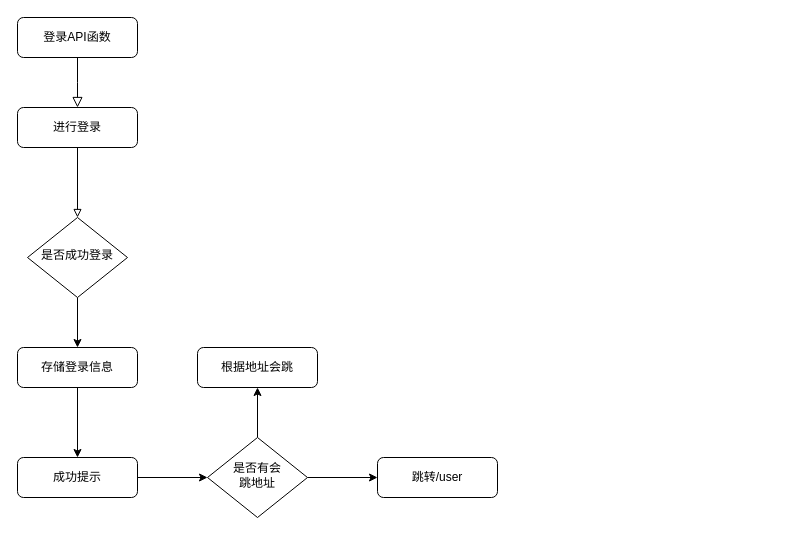
Earlier version of the draw.io diagram Pictures/登录流程图.drawio (jiaong/image). Source tidied: cells renumbered, new cells numbered last; positions are measured from the earlier drawing's top-left corner, leaving out a move shared by most shapes. Both pictures are drawn from the tidied source at 100%, with x=0, y=0 at pixel (17, 17).
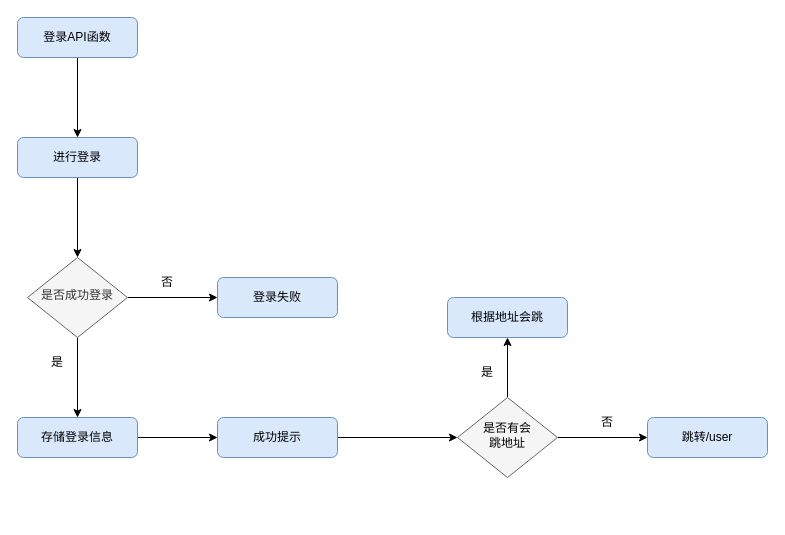
After the change.

Commit message (it also covers changes not shown here):
更新登录流程图.drawio

What changed in the source:
```diff
@@
-    <mxCell id="2" style="rounded=0;html=1;jettySize=auto;fontSize=11;endArrow=block;endFill=0;endSize=8;strokeWidth=1;shadow=0;labelBackgroundColor=none;edgeStyle=orthogonalEdgeStyle;" parent="1" edge="1" source="3">
-      <mxGeometry relative="1" as="geometry">
-        <mxPoint x="60" y="90" as="targetPoint" />
-      </mxGeometry>
-    </mxCell>
+    <mxCell id="17" style="edgeStyle=orthogonalEdgeStyle;rounded=0;jettySize=auto;html=1;exitX=0.5;exitY=1;exitDx=0;exitDy=0;entryX=0.5;entryY=0;entryDx=0;entryDy=0;" parent="1" edge="1" source="3" target="5">
+      <mxGeometry relative="1" as="geometry" />
+    </mxCell>
-    <mxCell id="3" value="登录API函数" style="rounded=1;whiteSpace=wrap;html=1;fontSize=12;glass=0;strokeWidth=1;shadow=0;" parent="1" vertex="1">
+    <mxCell id="3" value="登录API函数" style="rounded=1;whiteSpace=wrap;html=1;fontSize=12;glass=0;strokeWidth=1;shadow=0;fillColor=#dae8fc;strokeColor=#6c8ebf;" parent="1" vertex="1">
       <mxGeometry width="120" height="40" as="geometry" />
     </mxCell>
-    <mxCell id="4" style="edgeStyle=orthogonalEdgeStyle;rounded=0;jettySize=auto;html=1;exitX=0.5;exitY=1;exitDx=0;exitDy=0;entryX=0.5;entryY=0;entryDx=0;entryDy=0;endArrow=block;endFill=0;" parent="1" edge="1" source="5" target="16">
+    <mxCell id="4" style="edgeStyle=orthogonalEdgeStyle;rounded=0;jettySize=auto;html=1;exitX=0.5;exitY=1;exitDx=0;exitDy=0;entryX=0.5;entryY=0;entryDx=0;entryDy=0;endArrow=classic;endFill=1;" parent="1" edge="1" source="5" target="16">
       <mxGeometry relative="1" as="geometry" />
     </mxCell>
-    <mxCell id="5" value="进行登录" style="rounded=1;whiteSpace=wrap;html=1;fontSize=12;glass=0;strokeWidth=1;shadow=0;" parent="1" vertex="1">
-      <mxGeometry y="90" width="120" height="40" as="geometry" />
+    <mxCell id="5" value="进行登录" style="rounded=1;whiteSpace=wrap;html=1;fontSize=12;glass=0;strokeWidth=1;shadow=0;fillColor=#dae8fc;strokeColor=#6c8ebf;" parent="1" vertex="1">
+      <mxGeometry y="120" width="120" height="40" as="geometry" />
     </mxCell>
@@
-    <mxCell id="8" value="是否有会&lt;br&gt;跳地址" style="rhombus;whiteSpace=wrap;html=1;shadow=0;fontFamily=Helvetica;fontSize=12;align=center;strokeWidth=1;spacing=6;spacingTop=-4;" parent="1" vertex="1">
-      <mxGeometry x="190" y="420" width="100" height="80" as="geometry" />
+    <mxCell id="8" value="是否有会&lt;br&gt;跳地址" style="rhombus;whiteSpace=wrap;html=1;shadow=0;fontFamily=Helvetica;fontSize=12;align=center;strokeWidth=1;spacing=6;spacingTop=-4;fillColor=#f5f5f5;strokeColor=#666666;" parent="1" vertex="1">
+      <mxGeometry x="440" y="380" width="100" height="80" as="geometry" />
     </mxCell>
-    <mxCell id="9" value="跳转/user" style="rounded=1;whiteSpace=wrap;html=1;fontSize=12;glass=0;strokeWidth=1;shadow=0;" parent="1" vertex="1">
-      <mxGeometry x="360" y="440" width="120" height="40" as="geometry" />
+    <mxCell id="9" value="跳转/user" style="rounded=1;whiteSpace=wrap;html=1;fontSize=12;glass=0;strokeWidth=1;shadow=0;fillColor=#dae8fc;strokeColor=#6c8ebf;" parent="1" vertex="1">
+      <mxGeometry x="630" y="400" width="120" height="40" as="geometry" />
     </mxCell>
-    <mxCell id="10" value="根据地址会跳" style="rounded=1;whiteSpace=wrap;html=1;fontSize=12;glass=0;strokeWidth=1;shadow=0;" parent="1" vertex="1">
-      <mxGeometry x="180" y="330" width="120" height="40" as="geometry" />
+    <mxCell id="10" value="根据地址会跳" style="rounded=1;whiteSpace=wrap;html=1;fontSize=12;glass=0;strokeWidth=1;shadow=0;fillColor=#dae8fc;strokeColor=#6c8ebf;" parent="1" vertex="1">
+      <mxGeometry x="430" y="280" width="120" height="40" as="geometry" />
     </mxCell>
-    <mxCell id="11" style="edgeStyle=orthogonalEdgeStyle;rounded=0;jettySize=auto;html=1;exitX=0.5;exitY=1;exitDx=0;exitDy=0;" parent="1" edge="1" source="12" target="14">
+    <mxCell id="11" style="edgeStyle=orthogonalEdgeStyle;rounded=0;jettySize=auto;html=1;exitX=1;exitY=0.5;exitDx=0;exitDy=0;entryX=0;entryY=0.5;entryDx=0;entryDy=0;" parent="1" edge="1" source="12" target="14">
       <mxGeometry relative="1" as="geometry" />
     </mxCell>
-    <mxCell id="12" value="存储登录信息" style="rounded=1;whiteSpace=wrap;html=1;fontSize=12;glass=0;strokeWidth=1;shadow=0;" parent="1" vertex="1">
-      <mxGeometry y="330" width="120" height="40" as="geometry" />
+    <mxCell id="12" value="存储登录信息" style="rounded=1;whiteSpace=wrap;html=1;fontSize=12;glass=0;strokeWidth=1;shadow=0;fillColor=#dae8fc;strokeColor=#6c8ebf;" parent="1" vertex="1">
+      <mxGeometry y="400" width="120" height="40" as="geometry" />
     </mxCell>
@@
-    <mxCell id="14" value="成功提示" style="rounded=1;whiteSpace=wrap;html=1;fontSize=12;glass=0;strokeWidth=1;shadow=0;" parent="1" vertex="1">
-      <mxGeometry y="440" width="120" height="40" as="geometry" />
+    <mxCell id="14" value="成功提示" style="rounded=1;whiteSpace=wrap;html=1;fontSize=12;glass=0;strokeWidth=1;shadow=0;fillColor=#dae8fc;strokeColor=#6c8ebf;" parent="1" vertex="1">
+      <mxGeometry x="200" y="400" width="120" height="40" as="geometry" />
     </mxCell>
@@
+    <mxCell id="18" style="edgeStyle=orthogonalEdgeStyle;rounded=0;jettySize=auto;html=1;exitX=1;exitY=0.5;exitDx=0;exitDy=0;entryX=0;entryY=0.5;entryDx=0;entryDy=0;" parent="1" edge="1" source="16" target="19">
+      <mxGeometry relative="1" as="geometry" />
+    </mxCell>
-    <mxCell id="16" value="是否成功登录" style="rhombus;whiteSpace=wrap;html=1;shadow=0;fontFamily=Helvetica;fontSize=12;align=center;strokeWidth=1;spacing=6;spacingTop=-4;" parent="1" vertex="1">
-      <mxGeometry x="10" y="200" width="100" height="80" as="geometry" />
+    <mxCell id="16" value="是否成功登录" style="rhombus;whiteSpace=wrap;html=1;shadow=0;fontFamily=Helvetica;fontSize=12;align=center;strokeWidth=1;spacing=6;spacingTop=-4;fillColor=#f5f5f5;fontColor=#333333;strokeColor=#666666;" parent="1" vertex="1">
+      <mxGeometry x="10" y="240" width="100" height="80" as="geometry" />
     </mxCell>
+    <mxCell id="19" value="登录失败" style="rounded=1;whiteSpace=wrap;html=1;fontSize=12;glass=0;strokeWidth=1;shadow=0;fillColor=#dae8fc;strokeColor=#6c8ebf;" parent="1" vertex="1">
+      <mxGeometry x="200" y="260" width="120" height="40" as="geometry" />
+    </mxCell>
+    <mxCell id="20" value="否" style="text;html=1;align=center;verticalAlign=middle;whiteSpace=wrap;rounded=0;" parent="1" vertex="1">
+      <mxGeometry x="120" y="250" width="60" height="30" as="geometry" />
+    </mxCell>
+    <mxCell id="21" value="是" style="text;html=1;align=center;verticalAlign=middle;whiteSpace=wrap;rounded=0;" parent="1" vertex="1">
+      <mxGeometry x="10" y="330" width="60" height="30" as="geometry" />
+    </mxCell>
+    <mxCell id="22" value="否" style="text;html=1;align=center;verticalAlign=middle;whiteSpace=wrap;rounded=0;" parent="1" vertex="1">
+      <mxGeometry x="560" y="390" width="60" height="30" as="geometry" />
+    </mxCell>
+    <mxCell id="23" value="是" style="text;html=1;align=center;verticalAlign=middle;whiteSpace=wrap;rounded=0;" parent="1" vertex="1">
+      <mxGeometry x="440" y="340" width="60" height="30" as="geometry" />
+    </mxCell>
```
